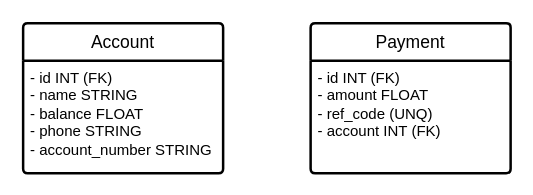
Before: page "Entities" (2 of 2) of design/design.drawio in XavierTM/whatsapp-wallet, a draw.io diagram. Source tidied: cells renumbered, new cells numbered last; positions are measured from the earlier drawing's top-left corner, leaving out a move shared by most shapes. Both pictures are drawn from the tidied source at 125%, with x=0, y=0 at pixel (22, 22).
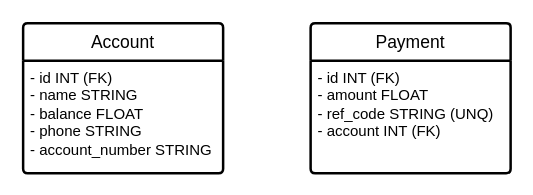
The same diagram, later.

Commit message (it also covers changes not shown here):
finished design

Diff of the diagram source:
```diff
@@
 <mxGraphModel>
   <root>
     <mxCell id="0" />
     <mxCell id="1" parent="0" />
     <mxCell id="2" value="Account" style="swimlane;horizontal=1;startSize=30;rounded=1;fontSize=14;fontStyle=0;strokeWidth=2;shadow=0;dashed=0;align=center;arcSize=4;whiteSpace=wrap;html=1;" parent="1" vertex="1">
       <mxGeometry width="160" height="120" as="geometry" />
     </mxCell>
     <mxCell id="3" value="- id INT (FK)&lt;br&gt;- name STRING&lt;br&gt;- balance FLOAT&lt;br&gt;- phone STRING&lt;br&gt;- account_number STRING" style="align=left;strokeColor=none;fillColor=none;spacingLeft=4;fontSize=12;verticalAlign=top;html=1;" parent="2" vertex="1">
       <mxGeometry y="30" width="160" height="90" as="geometry" />
     </mxCell>
     <mxCell id="4" value="Payment" style="swimlane;horizontal=1;startSize=30;rounded=1;fontSize=14;fontStyle=0;strokeWidth=2;shadow=0;dashed=0;align=center;arcSize=4;whiteSpace=wrap;html=1;" parent="1" vertex="1">
       <mxGeometry x="230" width="160" height="120" as="geometry" />
     </mxCell>
-    <mxCell id="5" value="- id INT (FK)&lt;br&gt;- amount FLOAT&lt;br&gt;- ref_code (UNQ)&lt;br&gt;- account INT (FK)" style="align=left;strokeColor=none;fillColor=none;spacingLeft=4;fontSize=12;verticalAlign=top;html=1;" parent="4" vertex="1">
+    <mxCell id="5" value="- id INT (FK)&lt;br&gt;- amount FLOAT&lt;br&gt;- ref_code STRING (UNQ)&lt;br&gt;- account INT (FK)" style="align=left;strokeColor=none;fillColor=none;spacingLeft=4;fontSize=12;verticalAlign=top;html=1;" parent="4" vertex="1">
       <mxGeometry y="30" width="160" height="90" as="geometry" />
     </mxCell>
   </root>
 </mxGraphModel>
```
